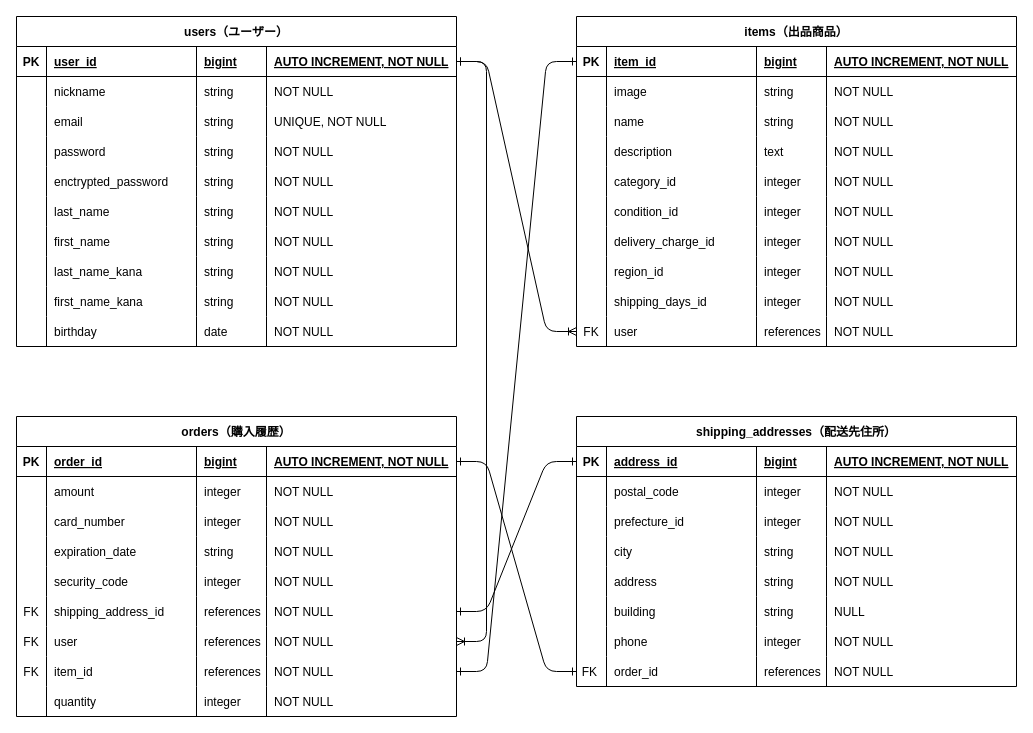
UmeReds0729/furima-45213 keeps this draw.io diagram as furima_er.dio. Above is the earlier version. Source tidied: cells renumbered, new cells numbered last; positions are measured from the earlier drawing's top-left corner, leaving out a move shared by most shapes. Both pictures are drawn from the tidied source at 100%, with x=0, y=0 at pixel (16, 16).
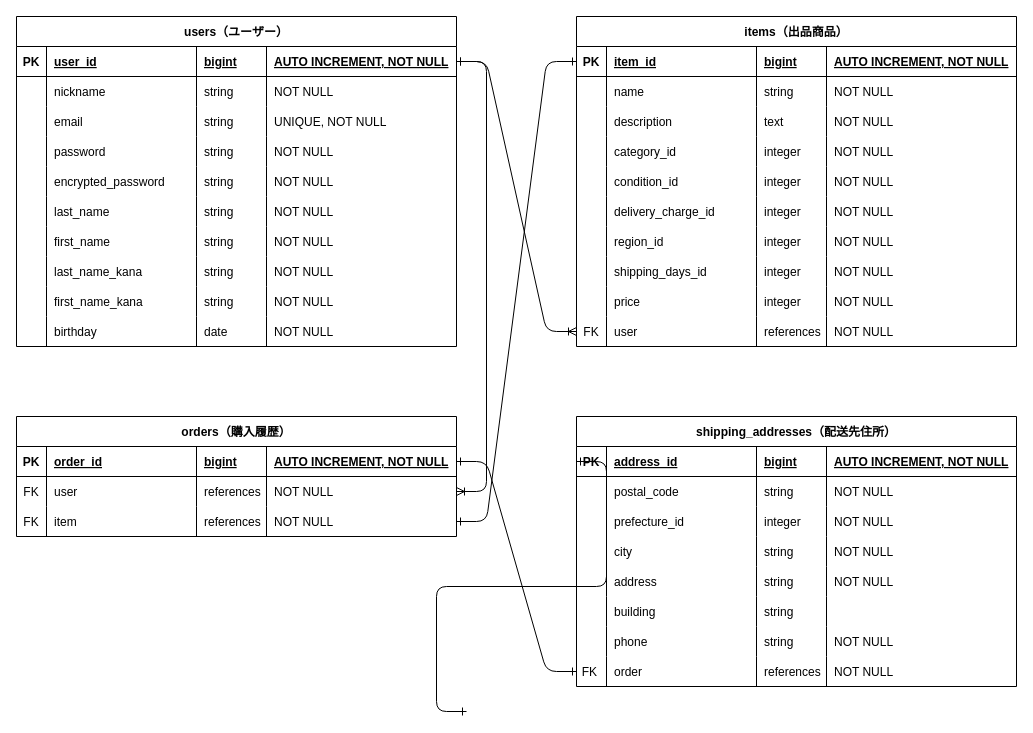
The same page after the edit.

Commit message (it also covers changes not shown here):
#3データベース設計：ER図・README作成③

The change refers to these unchanged cells:
```xml
<mxCell id="23" style="shape=tableRow;horizontal=0;startSize=0;swimlaneHead=0;swimlaneBody=0;fillColor=none;top=0;left=0;right=0;bottom=0;" parent="2" vertex="1">
  <mxGeometry y="150" width="440" height="30" as="geometry" />
</mxCell>
<mxCell id="53" value="items（出品商品）" style="shape=table;startSize=30;childLayout=tableLayout;rowLines=0;fontStyle=1;align=center;" parent="1" vertex="1">
  <mxGeometry x="560" width="440" height="330" as="geometry" />
</mxCell>
<mxCell id="154" style="shape=tableRow;horizontal=0;startSize=0;swimlaneHead=0;swimlaneBody=0;fillColor=none;points=[[0,0.5],[1,0.5]];portConstraint=eastwest;top=0;left=0;right=0;bottom=1;" parent="153" vertex="1">
  <mxGeometry y="30" width="440" height="30" as="geometry" />
</mxCell>
<mxCell id="159" style="shape=tableRow;horizontal=0;startSize=0;swimlaneHead=0;swimlaneBody=0;fillColor=none;top=0;left=0;right=0;bottom=0;" parent="153" vertex="1">
  <mxGeometry y="60" width="440" height="30" as="geometry" />
</mxCell>
<mxCell id="179" style="shape=tableRow;horizontal=0;startSize=0;swimlaneHead=0;swimlaneBody=0;fillColor=none;top=0;left=0;right=0;bottom=0;" parent="153" vertex="1">
  <mxGeometry y="180" width="440" height="30" as="geometry" />
</mxCell>
<mxCell id="184" style="shape=tableRow;horizontal=0;startSize=0;swimlaneHead=0;swimlaneBody=0;fillColor=none;top=0;left=0;right=0;bottom=0;" parent="153" vertex="1">
  <mxGeometry y="210" width="440" height="30" as="geometry" />
</mxCell>
<mxCell id="189" style="shape=tableRow;horizontal=0;startSize=0;swimlaneHead=0;swimlaneBody=0;fillColor=none;points=[[0,0.5],[1,0.5]];portConstraint=eastwest;top=0;left=0;right=0;bottom=0;" parent="153" vertex="1">
  <mxGeometry y="240" width="440" height="30" as="geometry" />
</mxCell>
```

Diff of the diagram source:
```diff
@@
-    <mxCell id="25" value="enctrypted_password" style="shape=partialRectangle;fillColor=none;top=0;left=0;bottom=0;right=0;align=left;spacingLeft=6;overflow=hidden;" parent="23" vertex="1">
+    <mxCell id="25" value="encrypted_password" style="shape=partialRectangle;fillColor=none;top=0;left=0;bottom=0;right=0;align=left;spacingLeft=6;overflow=hidden;" parent="23" vertex="1">
       <mxGeometry x="30" width="150" height="30" as="geometry" />
     </mxCell>
@@
-    <mxCell id="59" style="shape=tableRow;horizontal=0;startSize=0;swimlaneHead=0;swimlaneBody=0;fillColor=none;top=0;left=0;right=0;bottom=0;" parent="53" vertex="1">
-      <mxGeometry y="60" width="440" height="30" as="geometry" />
-    </mxCell>
-    <mxCell id="60" style="shape=partialRectangle;fillColor=none;top=0;left=0;bottom=0;right=0;overflow=hidden;" parent="59" vertex="1">
-      <mxGeometry width="30" height="30" as="geometry" />
-    </mxCell>
-    <mxCell id="61" value="image" style="shape=partialRectangle;fillColor=none;top=0;left=0;bottom=0;right=0;align=left;spacingLeft=6;overflow=hidden;" parent="59" vertex="1">
-      <mxGeometry x="30" width="150" height="30" as="geometry" />
-    </mxCell>
-    <mxCell id="62" value="string" style="shape=partialRectangle;fillColor=none;top=0;left=0;bottom=0;right=0;align=left;spacingLeft=6;overflow=hidden;" parent="59" vertex="1">
-      <mxGeometry x="180" width="70" height="30" as="geometry" />
-    </mxCell>
-    <mxCell id="63" value="NOT NULL" style="shape=partialRectangle;fillColor=none;top=0;left=0;bottom=0;right=0;align=left;spacingLeft=6;overflow=hidden;" parent="59" vertex="1">
-      <mxGeometry x="250" width="190" height="30" as="geometry" />
-    </mxCell>
     <mxCell id="64" style="shape=tableRow;horizontal=0;startSize=0;swimlaneHead=0;swimlaneBody=0;fillColor=none;top=0;left=0;right=0;bottom=0;" parent="53" vertex="1">
-      <mxGeometry y="90" width="440" height="30" as="geometry" />
+      <mxGeometry y="60" width="440" height="30" as="geometry" />
     </mxCell>
@@
     <mxCell id="69" style="shape=tableRow;horizontal=0;startSize=0;swimlaneHead=0;swimlaneBody=0;fillColor=none;top=0;left=0;right=0;bottom=0;" parent="53" vertex="1">
-      <mxGeometry y="120" width="440" height="30" as="geometry" />
+      <mxGeometry y="90" width="440" height="30" as="geometry" />
     </mxCell>
@@
     <mxCell id="74" style="shape=tableRow;horizontal=0;startSize=0;swimlaneHead=0;swimlaneBody=0;fillColor=none;top=0;left=0;right=0;bottom=0;" parent="53" vertex="1">
-      <mxGeometry y="150" width="440" height="30" as="geometry" />
+      <mxGeometry y="120" width="440" height="30" as="geometry" />
     </mxCell>
@@
     <mxCell id="79" style="shape=tableRow;horizontal=0;startSize=0;swimlaneHead=0;swimlaneBody=0;fillColor=none;top=0;left=0;right=0;bottom=0;" parent="53" vertex="1">
-      <mxGeometry y="180" width="440" height="30" as="geometry" />
+      <mxGeometry y="150" width="440" height="30" as="geometry" />
     </mxCell>
@@
     <mxCell id="84" style="shape=tableRow;horizontal=0;startSize=0;swimlaneHead=0;swimlaneBody=0;fillColor=none;top=0;left=0;right=0;bottom=0;" parent="53" vertex="1">
-      <mxGeometry y="210" width="440" height="30" as="geometry" />
+      <mxGeometry y="180" width="440" height="30" as="geometry" />
     </mxCell>
@@
     <mxCell id="89" style="shape=tableRow;horizontal=0;startSize=0;swimlaneHead=0;swimlaneBody=0;fillColor=none;top=0;left=0;right=0;bottom=0;" parent="53" vertex="1">
-      <mxGeometry y="240" width="440" height="30" as="geometry" />
+      <mxGeometry y="210" width="440" height="30" as="geometry" />
     </mxCell>
@@
     <mxCell id="94" style="shape=tableRow;horizontal=0;startSize=0;swimlaneHead=0;swimlaneBody=0;fillColor=none;top=0;left=0;right=0;bottom=0;" parent="53" vertex="1">
-      <mxGeometry y="270" width="440" height="30" as="geometry" />
+      <mxGeometry y="240" width="440" height="30" as="geometry" />
     </mxCell>
@@
+    <mxCell id="145" style="shape=tableRow;horizontal=0;startSize=0;swimlaneHead=0;swimlaneBody=0;fillColor=none;top=0;left=0;right=0;bottom=0;" parent="53" vertex="1">
+      <mxGeometry y="270" width="440" height="30" as="geometry" />
+    </mxCell>
+    <mxCell id="196" style="shape=partialRectangle;fillColor=none;top=0;left=0;bottom=0;right=0;overflow=hidden;" parent="145" vertex="1">
+      <mxGeometry width="30" height="30" as="geometry" />
+    </mxCell>
+    <mxCell id="197" value="price" style="shape=partialRectangle;fillColor=none;top=0;left=0;bottom=0;right=0;align=left;spacingLeft=6;overflow=hidden;" parent="145" vertex="1">
+      <mxGeometry x="30" width="150" height="30" as="geometry" />
+    </mxCell>
+    <mxCell id="198" value="integer" style="shape=partialRectangle;fillColor=none;top=0;left=0;bottom=0;right=0;align=left;spacingLeft=6;overflow=hidden;" parent="145" vertex="1">
+      <mxGeometry x="180" width="70" height="30" as="geometry" />
+    </mxCell>
+    <mxCell id="199" value="NOT NULL" style="shape=partialRectangle;fillColor=none;top=0;left=0;bottom=0;right=0;align=left;spacingLeft=6;overflow=hidden;" parent="145" vertex="1">
+      <mxGeometry x="250" width="190" height="30" as="geometry" />
+    </mxCell>
@@
     <mxCell id="104" value="orders（購入履歴）" style="shape=table;startSize=30;childLayout=tableLayout;rowLines=0;fontStyle=1;align=center;" parent="1" vertex="1">
-      <mxGeometry y="400" width="440" height="300" as="geometry" />
+      <mxGeometry y="400" width="440" height="120" as="geometry" />
     </mxCell>
@@
-    <mxCell id="110" style="shape=tableRow;horizontal=0;startSize=0;swimlaneHead=0;swimlaneBody=0;fillColor=none;top=0;left=0;right=0;bottom=0;" parent="104" vertex="1">
-      <mxGeometry y="60" width="440" height="30" as="geometry" />
-    </mxCell>
-    <mxCell id="111" style="shape=partialRectangle;fillColor=none;top=0;left=0;bottom=0;right=0;overflow=hidden;" parent="110" vertex="1">
-      <mxGeometry width="30" height="30" as="geometry" />
-    </mxCell>
-    <mxCell id="112" value="amount" style="shape=partialRectangle;fillColor=none;top=0;left=0;bottom=0;right=0;align=left;spacingLeft=6;overflow=hidden;" parent="110" vertex="1">
-      <mxGeometry x="30" width="150" height="30" as="geometry" />
-    </mxCell>
-    <mxCell id="113" value="integer" style="shape=partialRectangle;fillColor=none;top=0;left=0;bottom=0;right=0;align=left;spacingLeft=6;overflow=hidden;" parent="110" vertex="1">
-      <mxGeometry x="180" width="70" height="30" as="geometry" />
-    </mxCell>
-    <mxCell id="114" value="NOT NULL" style="shape=partialRectangle;fillColor=none;top=0;left=0;bottom=0;right=0;align=left;spacingLeft=6;overflow=hidden;" parent="110" vertex="1">
-      <mxGeometry x="250" width="190" height="30" as="geometry" />
-    </mxCell>
-    <mxCell id="115" style="shape=tableRow;horizontal=0;startSize=0;swimlaneHead=0;swimlaneBody=0;fillColor=none;top=0;left=0;right=0;bottom=0;" parent="104" vertex="1">
-      <mxGeometry y="90" width="440" height="30" as="geometry" />
-    </mxCell>
-    <mxCell id="116" style="shape=partialRectangle;fillColor=none;top=0;left=0;bottom=0;right=0;overflow=hidden;" parent="115" vertex="1">
-      <mxGeometry width="30" height="30" as="geometry" />
-    </mxCell>
-    <mxCell id="117" value="card_number" style="shape=partialRectangle;fillColor=none;top=0;left=0;bottom=0;right=0;align=left;spacingLeft=6;overflow=hidden;" parent="115" vertex="1">
-      <mxGeometry x="30" width="150" height="30" as="geometry" />
-    </mxCell>
-    <mxCell id="118" value="integer" style="shape=partialRectangle;fillColor=none;top=0;left=0;bottom=0;right=0;align=left;spacingLeft=6;overflow=hidden;" parent="115" vertex="1">
-      <mxGeometry x="180" width="70" height="30" as="geometry" />
-    </mxCell>
-    <mxCell id="119" value="NOT NULL" style="shape=partialRectangle;fillColor=none;top=0;left=0;bottom=0;right=0;align=left;spacingLeft=6;overflow=hidden;" parent="115" vertex="1">
-      <mxGeometry x="250" width="190" height="30" as="geometry" />
-    </mxCell>
-    <mxCell id="120" style="shape=tableRow;horizontal=0;startSize=0;swimlaneHead=0;swimlaneBody=0;fillColor=none;top=0;left=0;right=0;bottom=0;" parent="104" vertex="1">
-      <mxGeometry y="120" width="440" height="30" as="geometry" />
-    </mxCell>
-    <mxCell id="121" style="shape=partialRectangle;fillColor=none;top=0;left=0;bottom=0;right=0;overflow=hidden;" parent="120" vertex="1">
-      <mxGeometry width="30" height="30" as="geometry" />
-    </mxCell>
-    <mxCell id="122" value="expiration_date" style="shape=partialRectangle;fillColor=none;top=0;left=0;bottom=0;right=0;align=left;spacingLeft=6;overflow=hidden;" parent="120" vertex="1">
-      <mxGeometry x="30" width="150" height="30" as="geometry" />
-    </mxCell>
-    <mxCell id="123" value="string" style="shape=partialRectangle;fillColor=none;top=0;left=0;bottom=0;right=0;align=left;spacingLeft=6;overflow=hidden;" parent="120" vertex="1">
-      <mxGeometry x="180" width="70" height="30" as="geometry" />
-    </mxCell>
-    <mxCell id="124" value="NOT NULL" style="shape=partialRectangle;fillColor=none;top=0;left=0;bottom=0;right=0;align=left;spacingLeft=6;overflow=hidden;" parent="120" vertex="1">
-      <mxGeometry x="250" width="190" height="30" as="geometry" />
-    </mxCell>
-    <mxCell id="125" style="shape=tableRow;horizontal=0;startSize=0;swimlaneHead=0;swimlaneBody=0;fillColor=none;top=0;left=0;right=0;bottom=0;" parent="104" vertex="1">
-      <mxGeometry y="150" width="440" height="30" as="geometry" />
-    </mxCell>
-    <mxCell id="126" style="shape=partialRectangle;fillColor=none;top=0;left=0;bottom=0;right=0;overflow=hidden;" parent="125" vertex="1">
-      <mxGeometry width="30" height="30" as="geometry" />
-    </mxCell>
-    <mxCell id="127" value="security_code" style="shape=partialRectangle;fillColor=none;top=0;left=0;bottom=0;right=0;align=left;spacingLeft=6;overflow=hidden;" parent="125" vertex="1">
-      <mxGeometry x="30" width="150" height="30" as="geometry" />
-    </mxCell>
-    <mxCell id="128" value="integer" style="shape=partialRectangle;fillColor=none;top=0;left=0;bottom=0;right=0;align=left;spacingLeft=6;overflow=hidden;" parent="125" vertex="1">
-      <mxGeometry x="180" width="70" height="30" as="geometry" />
-    </mxCell>
-    <mxCell id="129" value="NOT NULL" style="shape=partialRectangle;fillColor=none;top=0;left=0;bottom=0;right=0;align=left;spacingLeft=6;overflow=hidden;" parent="125" vertex="1">
-      <mxGeometry x="250" width="190" height="30" as="geometry" />
-    </mxCell>
-    <mxCell id="130" style="shape=tableRow;horizontal=0;startSize=0;swimlaneHead=0;swimlaneBody=0;fillColor=none;points=[[0,0.5],[1,0.5]];portConstraint=eastwest;top=0;left=0;right=0;bottom=0;" parent="104" vertex="1">
-      <mxGeometry y="180" width="440" height="30" as="geometry" />
-    </mxCell>
-    <mxCell id="131" value="FK" style="shape=partialRectangle;fillColor=none;top=0;left=0;bottom=0;right=0;overflow=hidden;" parent="130" vertex="1">
-      <mxGeometry width="30" height="30" as="geometry" />
-    </mxCell>
-    <mxCell id="132" value="shipping_address_id" style="shape=partialRectangle;fillColor=none;top=0;left=0;bottom=0;right=0;align=left;spacingLeft=6;overflow=hidden;" parent="130" vertex="1">
-      <mxGeometry x="30" width="150" height="30" as="geometry" />
-    </mxCell>
-    <mxCell id="133" value="references" style="shape=partialRectangle;fillColor=none;top=0;left=0;bottom=0;right=0;align=left;spacingLeft=6;overflow=hidden;" parent="130" vertex="1">
-      <mxGeometry x="180" width="70" height="30" as="geometry" />
-    </mxCell>
-    <mxCell id="134" value="NOT NULL" style="shape=partialRectangle;fillColor=none;top=0;left=0;bottom=0;right=0;align=left;spacingLeft=6;overflow=hidden;" parent="130" vertex="1">
-      <mxGeometry x="250" width="190" height="30" as="geometry" />
-    </mxCell>
     <mxCell id="135" style="shape=tableRow;horizontal=0;startSize=0;swimlaneHead=0;swimlaneBody=0;fillColor=none;points=[[0,0.5],[1,0.5]];portConstraint=eastwest;top=0;left=0;right=0;bottom=0;" parent="104" vertex="1">
-      <mxGeometry y="210" width="440" height="30" as="geometry" />
+      <mxGeometry y="60" width="440" height="30" as="geometry" />
     </mxCell>
@@
     <mxCell id="140" style="shape=tableRow;horizontal=0;startSize=0;swimlaneHead=0;swimlaneBody=0;fillColor=none;points=[[0,0.5],[1,0.5]];portConstraint=eastwest;top=0;left=0;right=0;bottom=0;" parent="104" vertex="1">
-      <mxGeometry y="240" width="440" height="30" as="geometry" />
+      <mxGeometry y="90" width="440" height="30" as="geometry" />
     </mxCell>
@@
-    <mxCell id="142" value="item_id" style="shape=partialRectangle;fillColor=none;top=0;left=0;bottom=0;right=0;align=left;spacingLeft=6;overflow=hidden;" parent="140" vertex="1">
+    <mxCell id="142" value="item" style="shape=partialRectangle;fillColor=none;top=0;left=0;bottom=0;right=0;align=left;spacingLeft=6;overflow=hidden;" parent="140" vertex="1">
       <mxGeometry x="30" width="150" height="30" as="geometry" />
     </mxCell>
@@
-    <mxCell id="145" style="shape=tableRow;horizontal=0;startSize=0;swimlaneHead=0;swimlaneBody=0;fillColor=none;top=0;left=0;right=0;bottom=0;" parent="104" vertex="1">
-      <mxGeometry y="270" width="440" height="30" as="geometry" />
-    </mxCell>
-    <mxCell id="146" style="shape=partialRectangle;fillColor=none;top=0;left=0;bottom=0;right=0;overflow=hidden;" parent="145" vertex="1">
-      <mxGeometry width="30" height="30" as="geometry" />
-    </mxCell>
-    <mxCell id="147" value="quantity" style="shape=partialRectangle;fillColor=none;top=0;left=0;bottom=0;right=0;align=left;spacingLeft=6;overflow=hidden;" parent="145" vertex="1">
-      <mxGeometry x="30" width="150" height="30" as="geometry" />
-    </mxCell>
-    <mxCell id="148" value="integer" style="shape=partialRectangle;fillColor=none;top=0;left=0;bottom=0;right=0;align=left;spacingLeft=6;overflow=hidden;" parent="145" vertex="1">
-      <mxGeometry x="180" width="70" height="30" as="geometry" />
-    </mxCell>
-    <mxCell id="149" value="NOT NULL" style="shape=partialRectangle;fillColor=none;top=0;left=0;bottom=0;right=0;align=left;spacingLeft=6;overflow=hidden;" parent="145" vertex="1">
-      <mxGeometry x="250" width="190" height="30" as="geometry" />
-    </mxCell>
@@
-    <mxCell id="162" value="integer" style="shape=partialRectangle;fillColor=none;top=0;left=0;bottom=0;right=0;align=left;spacingLeft=6;overflow=hidden;" parent="159" vertex="1">
+    <mxCell id="162" value="string" style="shape=partialRectangle;fillColor=none;top=0;left=0;bottom=0;right=0;align=left;spacingLeft=6;overflow=hidden;" parent="159" vertex="1">
       <mxGeometry x="180" width="70" height="30" as="geometry" />
     </mxCell>
@@
-    <mxCell id="183" value="NULL" style="shape=partialRectangle;fillColor=none;top=0;left=0;bottom=0;right=0;align=left;spacingLeft=6;overflow=hidden;" parent="179" vertex="1">
+    <mxCell id="183" style="shape=partialRectangle;fillColor=none;top=0;left=0;bottom=0;right=0;align=left;spacingLeft=6;overflow=hidden;" parent="179" vertex="1">
       <mxGeometry x="250" width="190" height="30" as="geometry" />
     </mxCell>
@@
-    <mxCell id="187" value="integer" style="shape=partialRectangle;fillColor=none;top=0;left=0;bottom=0;right=0;align=left;spacingLeft=6;overflow=hidden;" parent="184" vertex="1">
+    <mxCell id="187" value="string" style="shape=partialRectangle;fillColor=none;top=0;left=0;bottom=0;right=0;align=left;spacingLeft=6;overflow=hidden;" parent="184" vertex="1">
       <mxGeometry x="180" width="70" height="30" as="geometry" />
     </mxCell>
@@
-    <mxCell id="191" value="order_id" style="shape=partialRectangle;fillColor=none;top=0;left=0;bottom=0;right=0;align=left;spacingLeft=6;overflow=hidden;" parent="189" vertex="1">
+    <mxCell id="191" value="order" style="shape=partialRectangle;fillColor=none;top=0;left=0;bottom=0;right=0;align=left;spacingLeft=6;overflow=hidden;" parent="189" vertex="1">
       <mxGeometry x="30" width="150" height="30" as="geometry" />
     </mxCell>
@@
-    <mxCell id="194" style="edgeStyle=entityRelationEdgeStyle;fontSize=12;html=1;endArrow=ERone;exitX=0;exitY=0.5;exitDx=0;exitDy=0;entryX=1;entryY=0.5;entryDx=0;entryDy=0;endFill=0;startArrow=ERone;startFill=0;" parent="1" edge="1" source="154" target="130">
-      <mxGeometry relative="1" as="geometry" />
+    <mxCell id="194" style="edgeStyle=entityRelationEdgeStyle;fontSize=12;html=1;endArrow=ERone;exitX=0;exitY=0.5;exitDx=0;exitDy=0;entryX=1;entryY=0.5;entryDx=0;entryDy=0;endFill=0;startArrow=ERone;startFill=0;" parent="1" edge="1" source="154">
+      <mxGeometry relative="1" as="geometry">
+        <mxPoint x="450" y="695" as="targetPoint" />
+      </mxGeometry>
     </mxCell>
```
